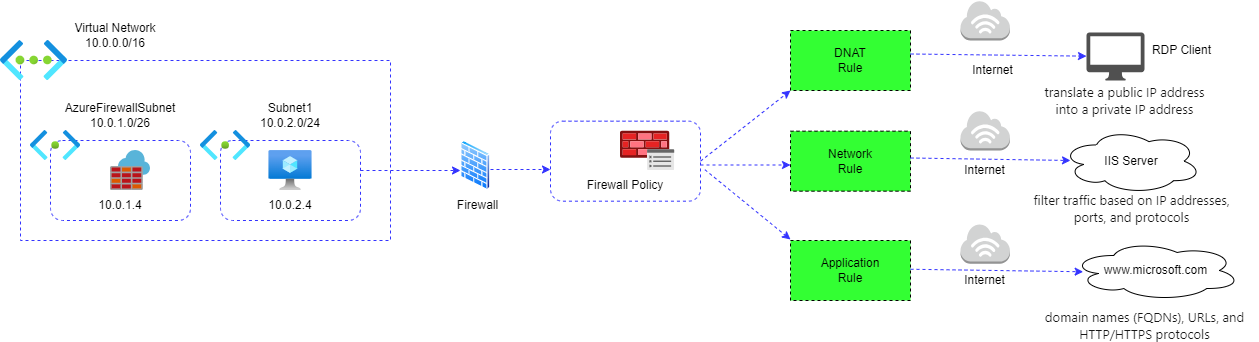
The draw.io diagram Images/firewall.png in srinivasan2022/Azure_Firewall, before a commit. Source tidied: cells renumbered, new cells last; positions are measured from the earlier drawing's top-left corner, leaving out a move shared by most shapes.
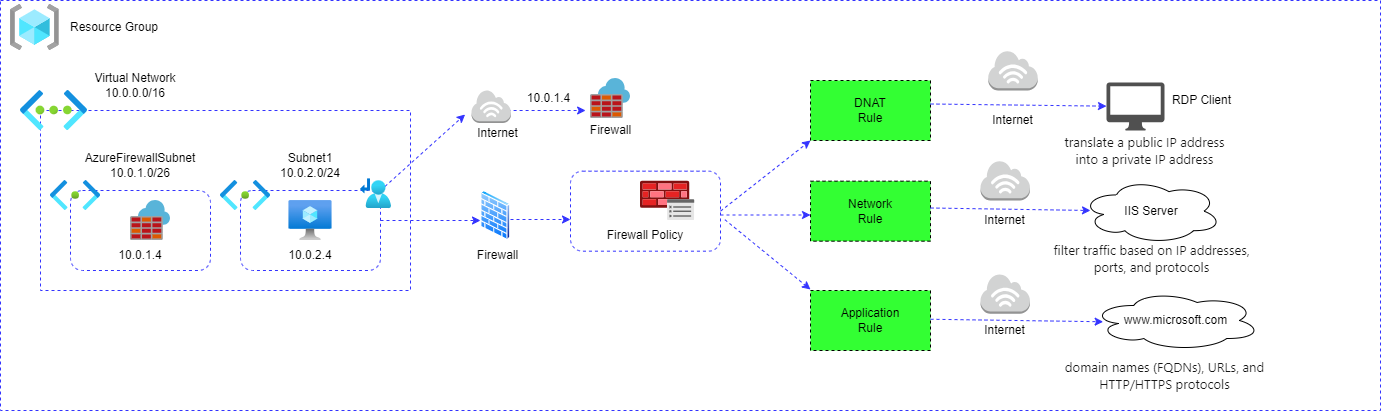
Later version of the same file.

The edit, as a diff of the source:
```diff
@@ -2,6 +2,9 @@
   <root>
     <mxCell id="0" />
     <mxCell id="1" parent="0" />
+    <mxCell id="44" style="rounded=0;whiteSpace=wrap;html=1;dashed=1;strokeColor=#3333FF;" parent="1" vertex="1">
+      <mxGeometry x="-20" y="-50" width="1380" height="410" as="geometry" />
+    </mxCell>
     <mxCell id="2" style="rounded=1;whiteSpace=wrap;html=1;strokeColor=#3333FF;dashed=1;" parent="1" vertex="1">
       <mxGeometry x="550" y="120.7" width="150" height="80" as="geometry" />
     </mxCell>
@@ -137,7 +140,7 @@
       <mxGeometry x="960" y="110" width="49.5" height="40" as="geometry" />
     </mxCell>
     <mxCell id="40" style="dashed=0;verticalLabelPosition=bottom;verticalAlign=top;align=center;html=1;shape=mxgraph.aws3.internet_3;fillColor=#D2D3D3;gradientColor=none;" parent="1" vertex="1">
-      <mxGeometry x="960" width="49.5" height="40" as="geometry" />
+      <mxGeometry x="967.8" width="49.5" height="40" as="geometry" />
     </mxCell>
     <mxCell id="41" value="Internet" style="text;html=1;align=center;verticalAlign=middle;whiteSpace=wrap;rounded=0;" parent="1" vertex="1">
       <mxGeometry x="955" y="60" width="75" height="20" as="geometry" />
@@ -148,5 +151,40 @@
     <mxCell id="43" value="Internet" style="text;html=1;align=center;verticalAlign=middle;whiteSpace=wrap;rounded=0;" parent="1" vertex="1">
       <mxGeometry x="947.2" y="160" width="75" height="20" as="geometry" />
     </mxCell>
+    <mxCell id="45" style="endArrow=classic;html=1;rounded=0;strokeColor=#3333FF;dashed=1;entryX=0.131;entryY=1;entryDx=0;entryDy=0;entryPerimeter=0;exitX=1;exitY=0;exitDx=0;exitDy=0;" parent="1" edge="1" source="5">
+      <mxGeometry relative="1" as="geometry">
+        <mxPoint x="444.6" y="64" as="targetPoint" />
+      </mxGeometry>
+    </mxCell>
+    <mxCell id="46" style="endArrow=classic;html=1;rounded=0;strokeColor=#3333FF;dashed=1;" parent="1" edge="1">
+      <mxGeometry relative="1" as="geometry">
+        <mxPoint x="475.1" y="60" as="sourcePoint" />
+        <mxPoint x="565.1" y="60" as="targetPoint" />
+      </mxGeometry>
+    </mxCell>
+    <mxCell id="47" style="dashed=0;verticalLabelPosition=bottom;verticalAlign=top;align=center;html=1;shape=mxgraph.aws3.internet_3;fillColor=#D2D3D3;gradientColor=none;" parent="1" vertex="1">
+      <mxGeometry x="451" y="39.5" width="39.5" height="33" as="geometry" />
+    </mxCell>
+    <mxCell id="48" style="image;html=1;align=center;fontSize=12;image=img/lib/azure2/networking/Route_Tables.svg;" parent="1" vertex="1">
+      <mxGeometry x="340" y="128.2" width="31" height="30" as="geometry" />
+    </mxCell>
+    <mxCell id="49" style="image;sketch=0;html=1;align=center;fontSize=12;image=img/lib/mscae/Azure_Firewall.svg;" parent="1" vertex="1">
+      <mxGeometry x="570" y="28" width="40" height="40" as="geometry" />
+    </mxCell>
+    <mxCell id="50" value="Internet" style="text;html=1;align=center;verticalAlign=middle;whiteSpace=wrap;rounded=0;" parent="1" vertex="1">
+      <mxGeometry x="440" y="72.5" width="75" height="20" as="geometry" />
+    </mxCell>
+    <mxCell id="51" value="Firewall" style="text;html=1;align=center;verticalAlign=middle;whiteSpace=wrap;rounded=0;" parent="1" vertex="1">
+      <mxGeometry x="552.5" y="70" width="75" height="20" as="geometry" />
+    </mxCell>
+    <mxCell id="52" value="10.0.1.4" style="text;html=1;align=center;verticalAlign=middle;whiteSpace=wrap;rounded=0;" parent="1" vertex="1">
+      <mxGeometry x="490.5" y="38" width="75" height="20" as="geometry" />
+    </mxCell>
+    <mxCell id="53" style="image;html=1;align=center;fontSize=12;image=img/lib/azure2/general/Resource_Groups.svg;" parent="1" vertex="1">
+      <mxGeometry x="-10" y="-46" width="48.9" height="46" as="geometry" />
+    </mxCell>
+    <mxCell id="54" value="Resource Group" style="text;html=1;align=center;verticalAlign=middle;whiteSpace=wrap;rounded=0;" parent="1" vertex="1">
+      <mxGeometry x="38.9" y="-38" width="110" height="30" as="geometry" />
+    </mxCell>
   </root>
 </mxGraphModel>
```
